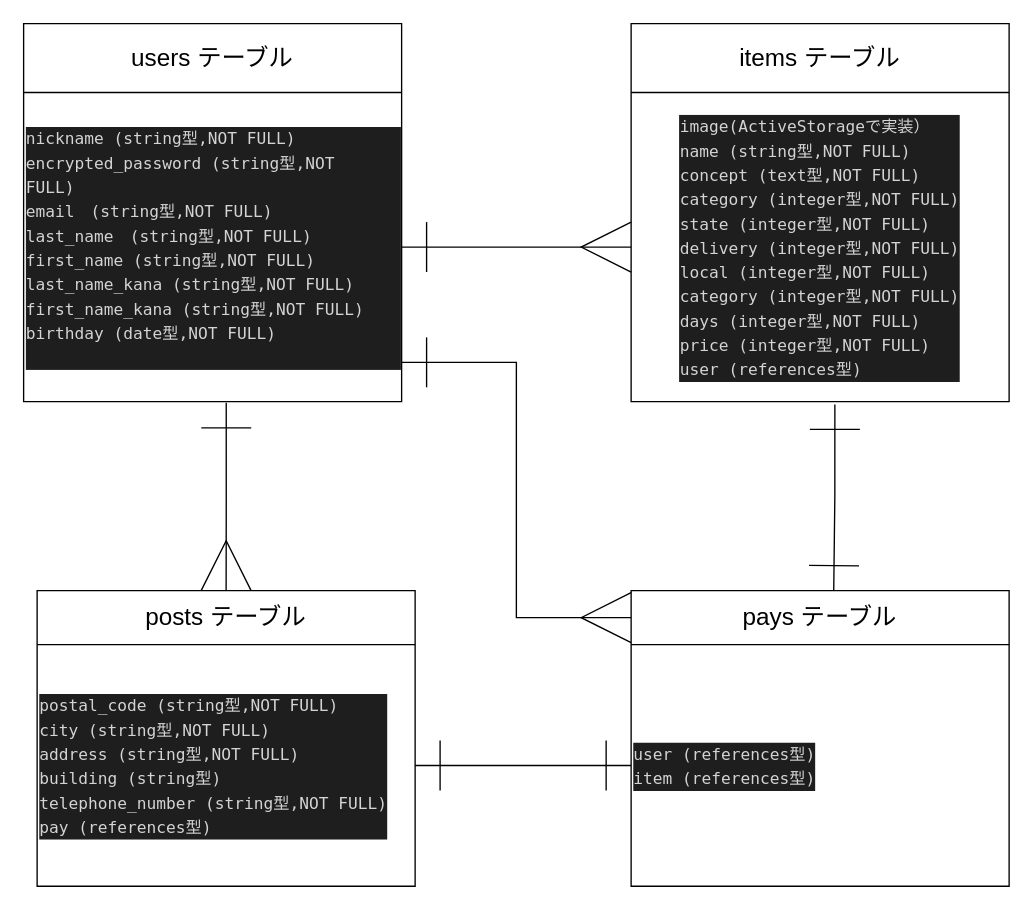
Earlier version of the draw.io diagram er.dio (pararan765/furima-36408). Source tidied: cells renumbered, new cells numbered last; positions are measured from the earlier drawing's top-left corner, leaving out a move shared by most shapes. Both pictures are drawn from the tidied source at 135%, with x=0, y=0 at pixel (23, 23).
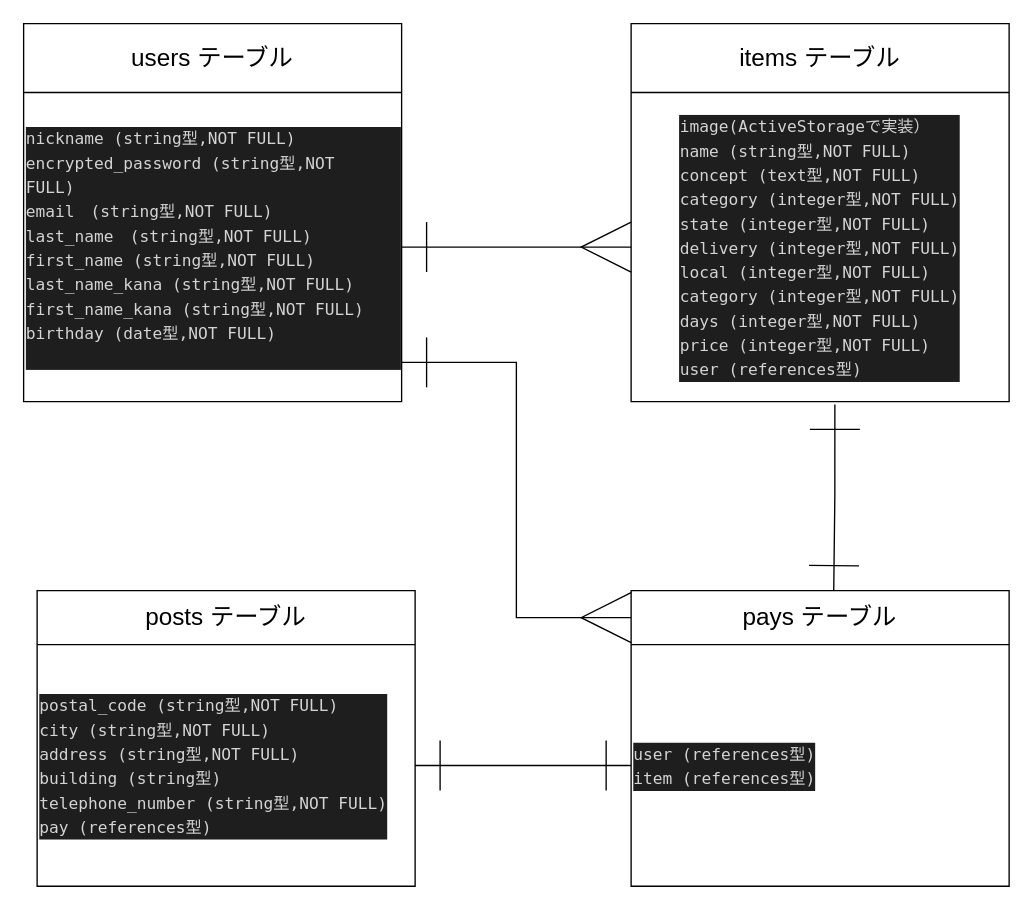
The same diagram, later.

The change refers to these unchanged cells:
```xml
<mxCell id="5" style="shape=partialRectangle;fillColor=none;top=0;left=0;bottom=0;right=0;points=[[0,0.5],[1,0.5]];portConstraint=eastwest;" parent="2" vertex="1">
  <mxGeometry y="51" width="280" height="229" as="geometry" />
</mxCell>
<mxCell id="18" style="shape=partialRectangle;fillColor=none;top=0;left=0;bottom=0;right=0;points=[[0,0.5],[1,0.5]];portConstraint=eastwest;" parent="17" vertex="1">
  <mxGeometry width="280" height="40" as="geometry" />
</mxCell>
```

The edit, as a diff of the source:
```diff
@@
-    <mxCell id="23" style="edgeStyle=orthogonalEdgeStyle;rounded=0;jettySize=auto;html=1;exitX=0.536;exitY=1.004;exitDx=0;exitDy=0;entryX=0.5;entryY=0;entryDx=0;entryDy=0;endArrow=ERmany;endFill=0;align=left;horizontal=1;startArrow=ERone;startFill=0;strokeWidth=1;endSize=35;startSize=35;entryPerimeter=0;exitPerimeter=0;" parent="1" edge="1" source="5" target="18">
-      <mxGeometry relative="1" as="geometry" />
-    </mxCell>
```
